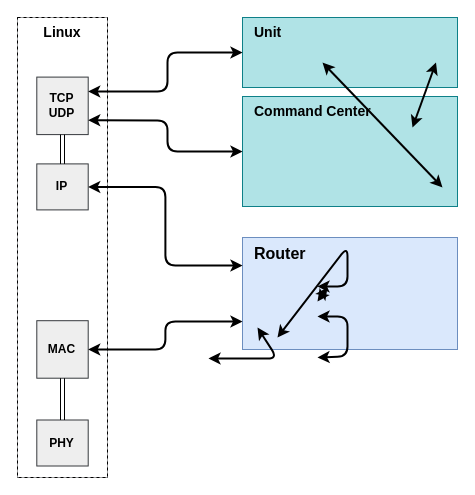
Before: page "Page-4" (4 of 4) of docs/figures/system.drawio in mido3ds/C4IAN, a draw.io diagram. Source tidied: cells renumbered, new cells numbered last; positions are measured from the earlier drawing's top-left corner, leaving out a move shared by most shapes. Both pictures are drawn from the tidied source at 100%, with x=0, y=0 at pixel (17, 17).
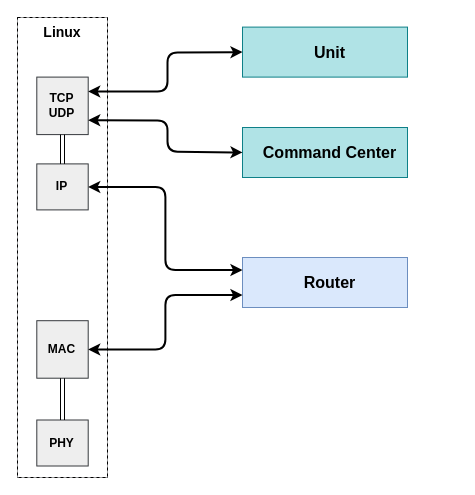
The same diagram, later.

What changed in the source:
```diff
@@
-    <mxCell id="2" value="&lt;span&gt;&lt;font style=&quot;font-size: 16px&quot;&gt;Router&lt;/font&gt;&lt;/span&gt;" style="rounded=0;whiteSpace=wrap;html=1;fillColor=#dae8fc;strokeColor=#6c8ebf;verticalAlign=top;align=left;spacingLeft=10;fontStyle=1;" parent="1" vertex="1">
-      <mxGeometry x="225" y="220" width="215" height="112" as="geometry" />
+    <mxCell id="2" value="&lt;span&gt;&lt;font style=&quot;font-size: 16px&quot;&gt;Router&lt;/font&gt;&lt;/span&gt;" style="rounded=0;whiteSpace=wrap;html=1;fillColor=#dae8fc;strokeColor=#6c8ebf;verticalAlign=middle;align=center;spacingLeft=10;fontStyle=1;" parent="1" vertex="1">
+      <mxGeometry x="225" y="240" width="165" height="50" as="geometry" />
     </mxCell>
@@
-    <mxCell id="11" value="&lt;b&gt;&lt;font style=&quot;font-size: 14px&quot;&gt;Command Center&lt;/font&gt;&lt;/b&gt;" style="rounded=0;whiteSpace=wrap;html=1;align=left;verticalAlign=top;spacingLeft=10;fillColor=#b0e3e6;strokeColor=#0e8088;" parent="1" vertex="1">
-      <mxGeometry x="225" y="79" width="215" height="110" as="geometry" />
+    <mxCell id="11" value="&lt;b&gt;&lt;font style=&quot;font-size: 16px&quot;&gt;Command Center&lt;/font&gt;&lt;/b&gt;" style="rounded=0;whiteSpace=wrap;html=1;align=center;verticalAlign=middle;spacingLeft=10;fillColor=#b0e3e6;strokeColor=#0e8088;" parent="1" vertex="1">
+      <mxGeometry x="225" y="110" width="165" height="50" as="geometry" />
     </mxCell>
-    <mxCell id="12" value="&lt;b&gt;&lt;font style=&quot;font-size: 14px&quot;&gt;Unit&lt;/font&gt;&lt;/b&gt;" style="rounded=0;whiteSpace=wrap;html=1;align=left;verticalAlign=top;spacingLeft=10;fillColor=#b0e3e6;strokeColor=#0e8088;" parent="1" vertex="1">
-      <mxGeometry x="225" width="215" height="70" as="geometry" />
+    <mxCell id="12" value="&lt;b&gt;&lt;font style=&quot;font-size: 16px&quot;&gt;Unit&lt;/font&gt;&lt;/b&gt;" style="rounded=0;whiteSpace=wrap;html=1;align=center;verticalAlign=middle;spacingLeft=10;fillColor=#b0e3e6;strokeColor=#0e8088;" parent="1" vertex="1">
+      <mxGeometry x="225" y="9.6" width="165" height="50" as="geometry" />
     </mxCell>
@@
-    <mxCell id="15" style="endArrow=classic;startArrow=classic;html=1;strokeWidth=2;exitX=1;exitY=0.5;exitDx=0;exitDy=0;entryX=0;entryY=0.5;entryDx=0;entryDy=0;" parent="1" edge="1">
-      <mxGeometry relative="1" as="geometry">
-        <mxPoint x="305" y="45" as="sourcePoint" />
-        <mxPoint x="425" y="170" as="targetPoint" />
-      </mxGeometry>
-    </mxCell>
-    <mxCell id="16" style="endArrow=classic;startArrow=classic;html=1;strokeWidth=2;entryX=0;entryY=0.5;entryDx=0;entryDy=0;exitX=1;exitY=0.5;exitDx=0;exitDy=0;" parent="1" edge="1">
-      <mxGeometry relative="1" as="geometry">
-        <mxPoint x="418.5" y="45" as="sourcePoint" />
-        <mxPoint x="395" y="110" as="targetPoint" />
-      </mxGeometry>
-    </mxCell>
-    <mxCell id="17" style="endArrow=classic;startArrow=classic;html=1;strokeWidth=2;exitX=0;exitY=0.5;exitDx=0;exitDy=0;entryX=1;entryY=0.25;entryDx=0;entryDy=0;" parent="1" edge="1">
-      <mxGeometry relative="1" as="geometry">
-        <mxPoint x="260" y="320" as="sourcePoint" />
-        <mxPoint x="300" y="269" as="targetPoint" />
-        <Array as="points">
-          <mxPoint x="330" y="229" />
-          <mxPoint x="330" y="269" />
-        </Array>
-      </mxGeometry>
-    </mxCell>
-    <mxCell id="18" style="endArrow=classic;startArrow=classic;html=1;strokeWidth=2;exitX=1;exitY=0.5;exitDx=0;exitDy=0;entryX=0;entryY=0.5;entryDx=0;entryDy=0;" parent="1" edge="1">
-      <mxGeometry relative="1" as="geometry">
-        <mxPoint x="300" y="284" as="sourcePoint" />
-        <mxPoint x="310" y="270" as="targetPoint" />
-      </mxGeometry>
-    </mxCell>
-    <mxCell id="19" style="endArrow=classic;startArrow=classic;html=1;strokeWidth=2;entryX=1;entryY=0.75;entryDx=0;entryDy=0;exitX=0;exitY=0.5;exitDx=0;exitDy=0;" parent="1" edge="1">
-      <mxGeometry relative="1" as="geometry">
-        <mxPoint x="300" y="340" as="sourcePoint" />
-        <mxPoint x="300" y="299" as="targetPoint" />
-        <Array as="points">
-          <mxPoint x="330" y="339" />
-          <mxPoint x="330" y="299" />
-        </Array>
-      </mxGeometry>
-    </mxCell>
-    <mxCell id="20" style="endArrow=classic;startArrow=classic;html=1;strokeWidth=2;entryX=1;entryY=0.5;entryDx=0;entryDy=0;exitX=0.5;exitY=1;exitDx=0;exitDy=0;" parent="1" edge="1">
-      <mxGeometry relative="1" as="geometry">
-        <mxPoint x="240" y="310" as="sourcePoint" />
-        <mxPoint x="191" y="341" as="targetPoint" />
-        <Array as="points">
-          <mxPoint x="260" y="341" />
-        </Array>
-      </mxGeometry>
-    </mxCell>
```
